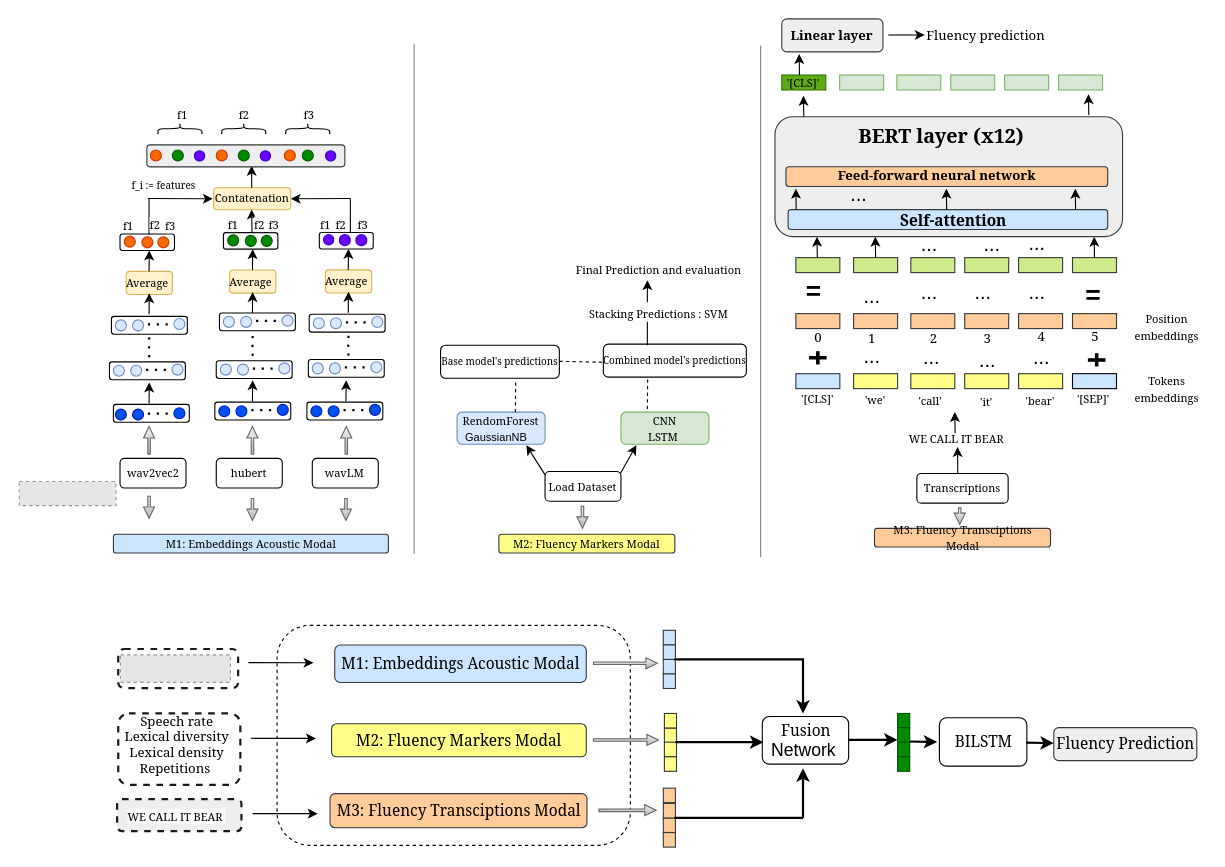
papasega/Applied-Deep-Learning keeps this draw.io diagram as Trimodal_Fluency_sslmodel.drawio. Above is the earlier version. Source tidied: cells renumbered, new cells numbered last; positions are measured from the earlier drawing's top-left corner, leaving out a move shared by most shapes. Both pictures are drawn from the tidied source at 110%, with x=0, y=0 at pixel (19, 19). Pictures stored in the file or linked from it are replaced by grey dashed boxes.
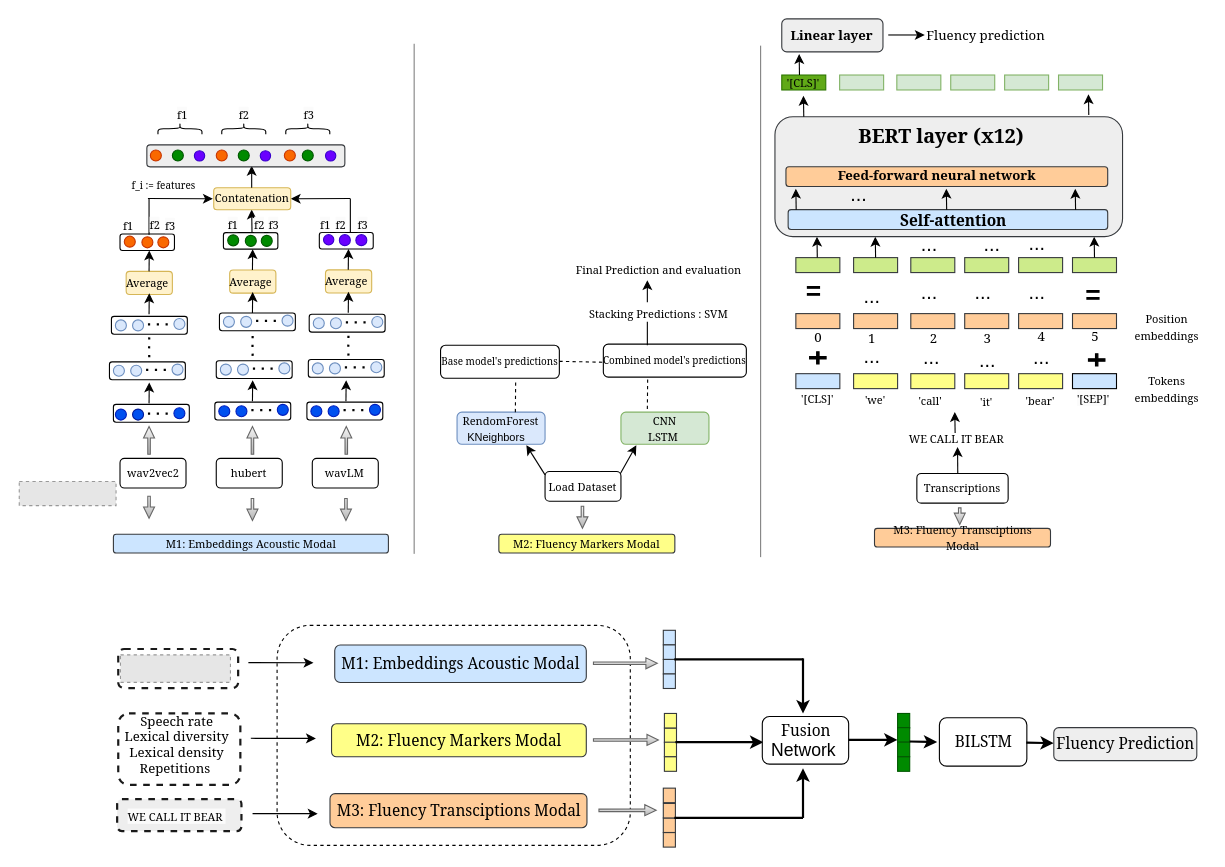
The same diagram, later.

Commit message (it also covers changes not shown here):
Mettre à jour Trimodal_Fluency_sslmodel.drawio

What changed in the source:
```diff
@@
-    <mxCell id="122" value="&lt;font face=&quot;Georgia&quot; style=&quot;font-size: 10px;&quot;&gt;RendomForest&lt;/font&gt;&lt;div&gt;&lt;font style=&quot;font-size: 10px;&quot; face=&quot;hNbSaea994QthrHnAMuy&quot;&gt;GaussianNB&amp;nbsp;&amp;nbsp;&lt;/font&gt;&lt;span style=&quot;font-size: 10px; font-family: hNbSaea994QthrHnAMuy; background-color: initial;&quot;&gt;&amp;nbsp;&lt;/span&gt;&lt;/div&gt;" style="rounded=1;whiteSpace=wrap;html=1;fillColor=#dae8fc;strokeColor=#6c8ebf;" parent="1" vertex="1">
+    <mxCell id="122" value="&lt;font face=&quot;Georgia&quot; style=&quot;font-size: 10px;&quot;&gt;RendomForest&lt;/font&gt;&lt;div&gt;&lt;font style=&quot;font-size: 10px;&quot; face=&quot;hNbSaea994QthrHnAMuy&quot;&gt;KNeighbors&amp;nbsp;&amp;nbsp;&lt;/font&gt;&lt;span style=&quot;font-size: 10px; font-family: hNbSaea994QthrHnAMuy; background-color: initial;&quot;&gt;&amp;nbsp;&lt;/span&gt;&lt;/div&gt;" style="rounded=1;whiteSpace=wrap;html=1;fillColor=#dae8fc;strokeColor=#6c8ebf;" parent="1" vertex="1">
       <mxGeometry x="398" y="357.2" width="80" height="29.1" as="geometry" />
     </mxCell>
```
